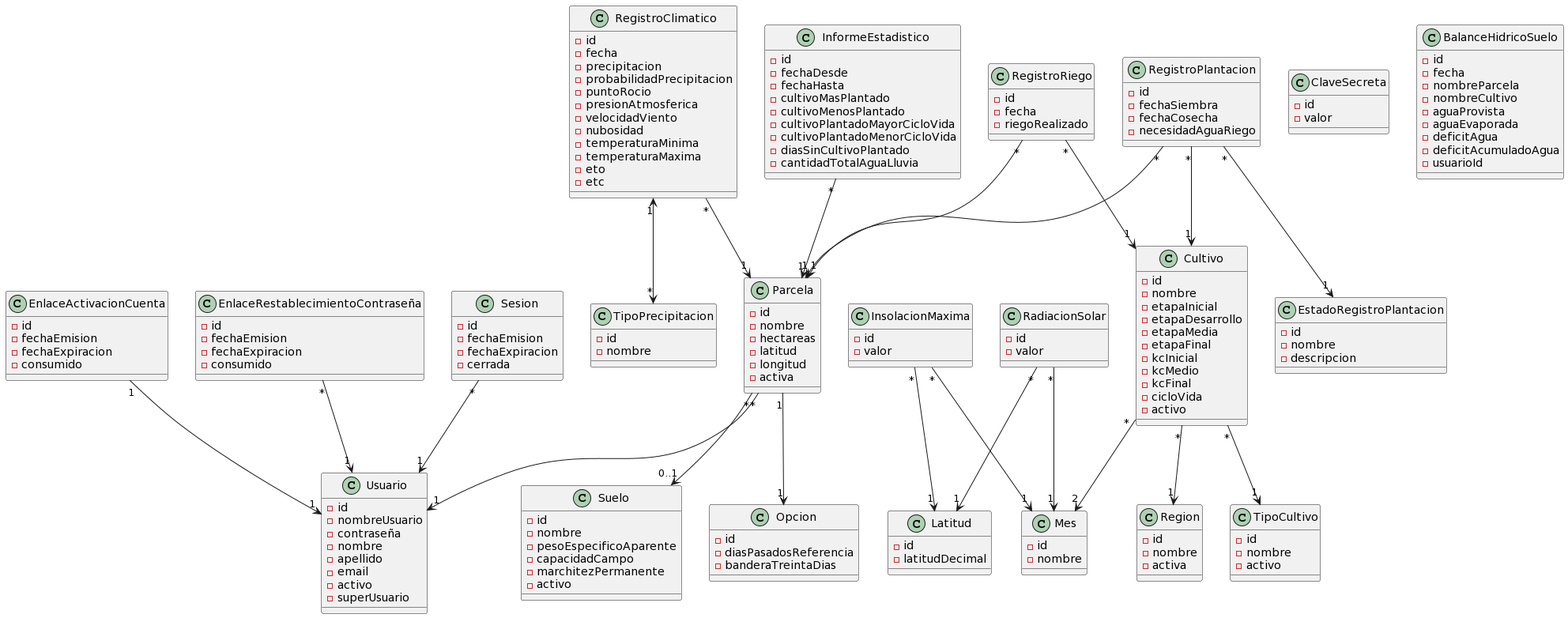
facundopaez-dev/sistema-web-riego keeps this PlantUML diagram as docs/domain model/Modelo de dominio.png. Above is the earlier version.
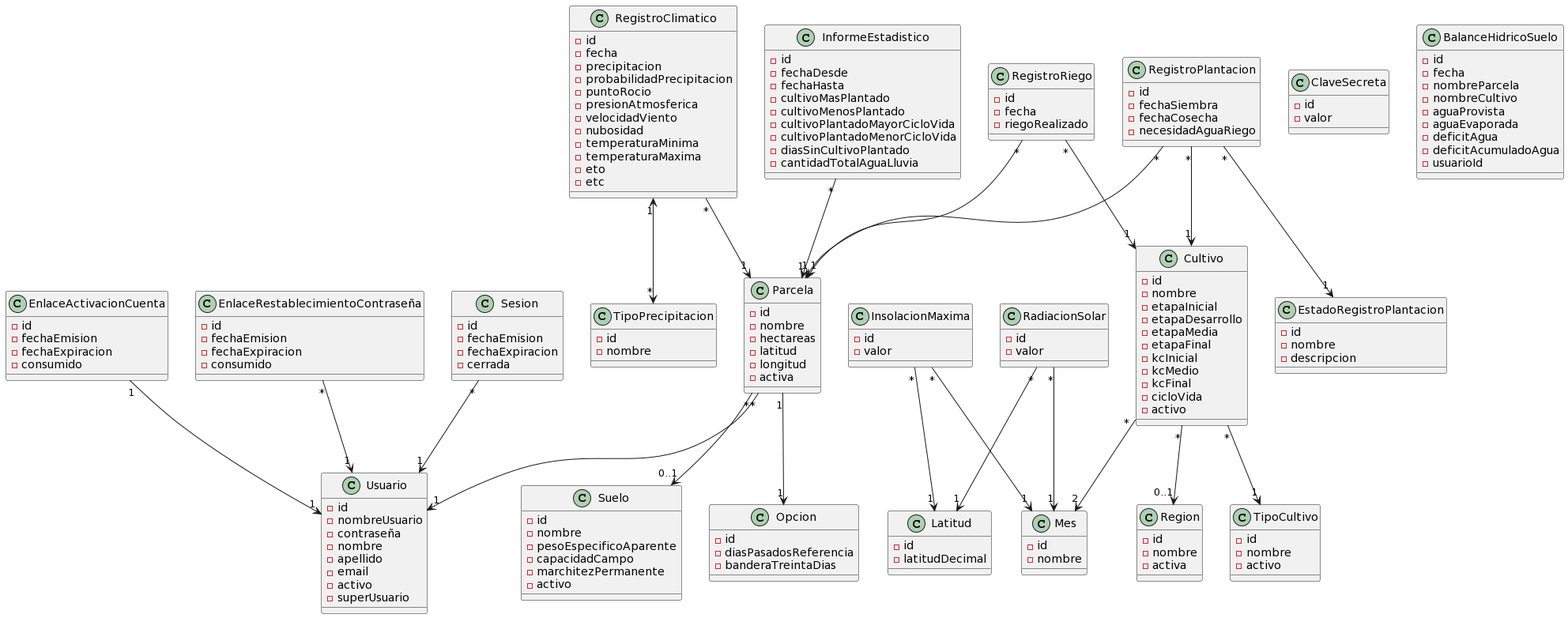
After the change.

Commit message:
Mutiplicidad de la relación entre las entidades Cultivo y Region del modelo de dominio, corregida

What changed in the source:
```diff
@@ -17,7 +17,7 @@
 Sesion "*" --> "1" Usuario
 RegistroRiego "*" --> "1" Cultivo
 Parcela "1" --> "1" Opcion
-Cultivo "*" --> "1" Region
+Cultivo "*" --> "0..1" Region
 Cultivo "*" --> "2" Mes
 Parcela "*" --> "0..1" Suelo
 
```
